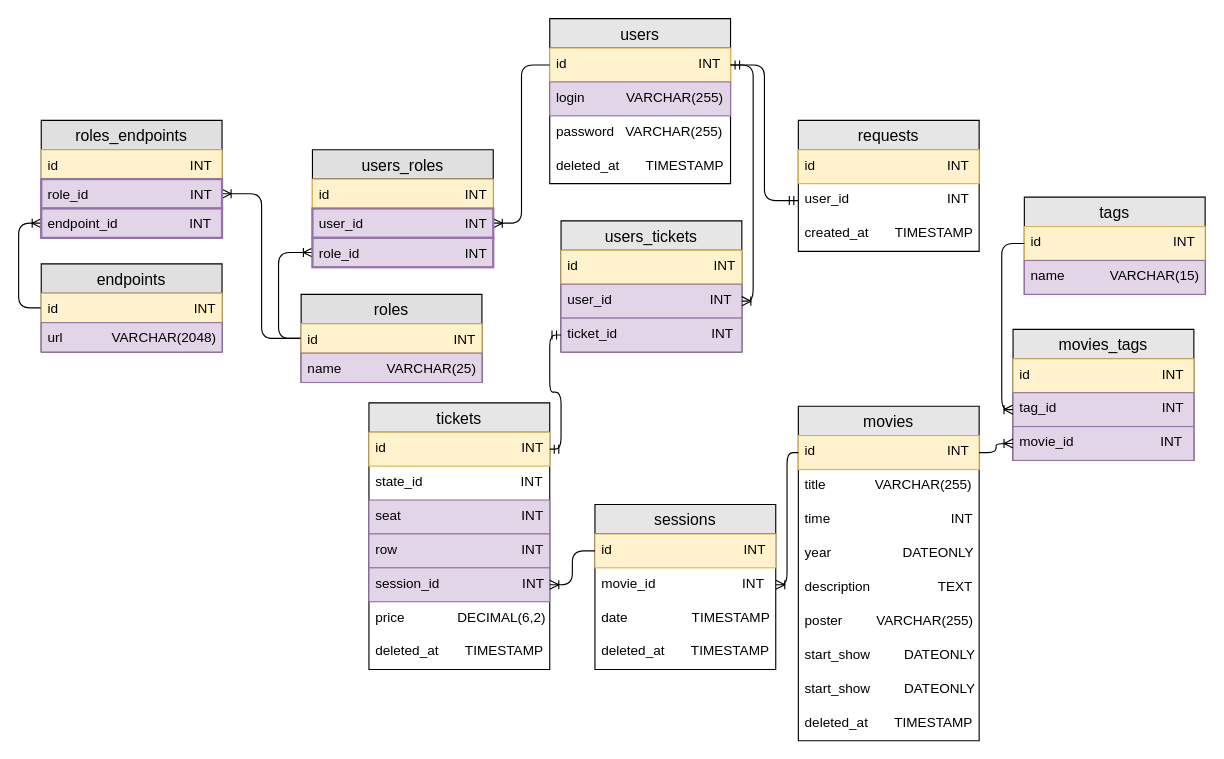
Before: database/sql/schema.drawio in PaulineHK/NodeJS, a draw.io diagram. Source tidied: cells renumbered, new cells numbered last; positions are measured from the earlier drawing's top-left corner, leaving out a move shared by most shapes. Both pictures are drawn from the tidied source at 113%, with x=0, y=0 at pixel (41, 18).
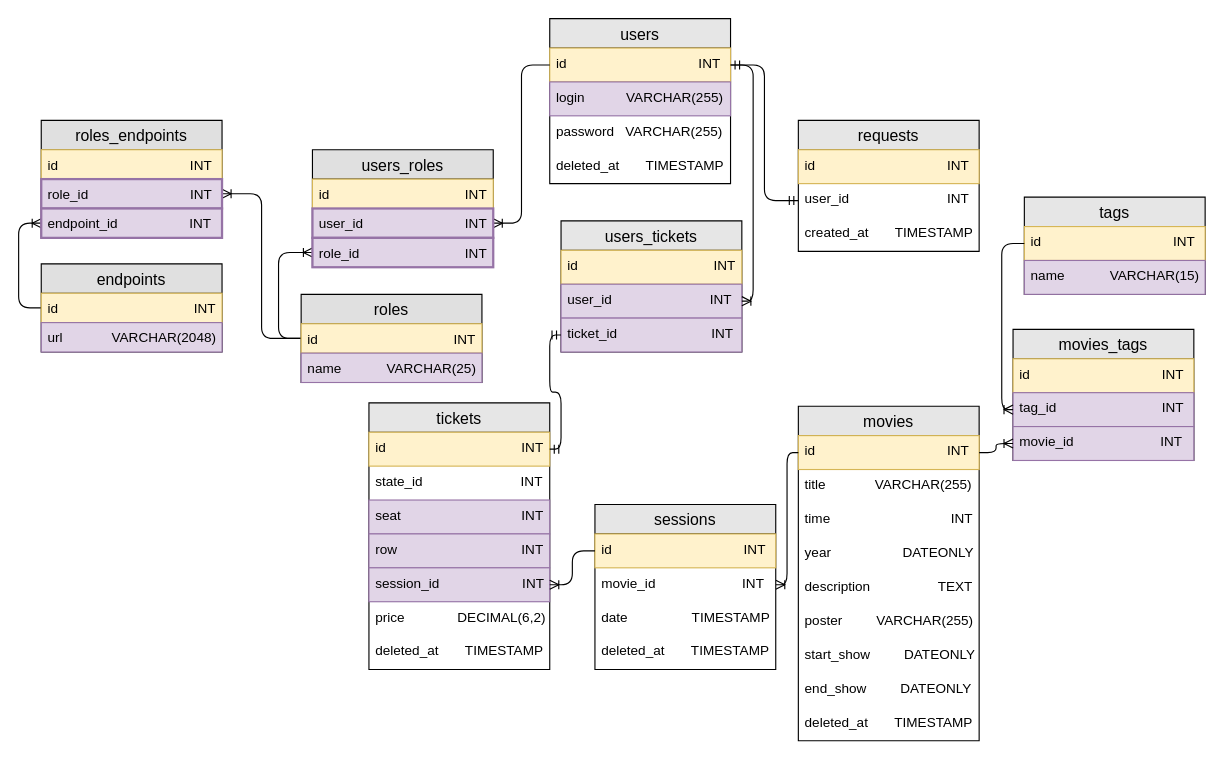
The same page after the edit.

The change refers to these unchanged cells:
```xml
<mxCell id="7" value="movies" style="swimlane;fontStyle=0;horizontal=1;startSize=26;align=center;fontSize=14;swimlaneFillColor=#ffffff;fillColor=#E6E6E6;" parent="1" vertex="1">
  <mxGeometry x="670" y="343" width="160" height="296" as="geometry" />
</mxCell>
```

Diff of the diagram source:
```diff
@@
-    <mxCell id="15" value="start_show         DATEONLY" style="text;strokeColor=none;fillColor=none;spacingLeft=4;spacingRight=4;overflow=hidden;fontSize=12;" parent="7" vertex="1">
+    <mxCell id="15" value="end_show         DATEONLY" style="text;strokeColor=none;fillColor=none;spacingLeft=4;spacingRight=4;overflow=hidden;fontSize=12;" parent="7" vertex="1">
       <mxGeometry y="236" width="160" height="30" as="geometry" />
     </mxCell>
```
